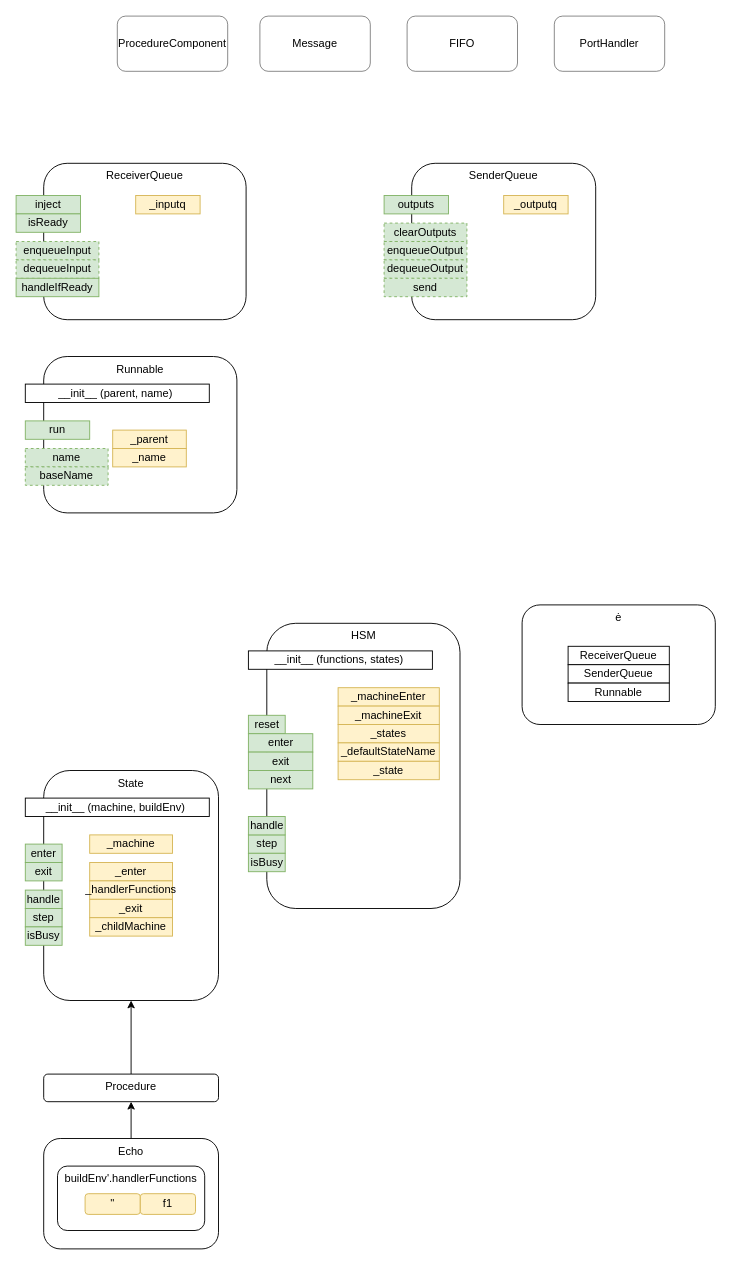
Above: asc.drawio in guitarvydas/eh (draw.io), before the change. Source tidied: cells renumbered, new cells numbered last; positions are measured from the earlier drawing's top-left corner, leaving out a move shared by most shapes. Both pictures are drawn from the tidied source at 92%, with x=0, y=0 at pixel (16, 16).
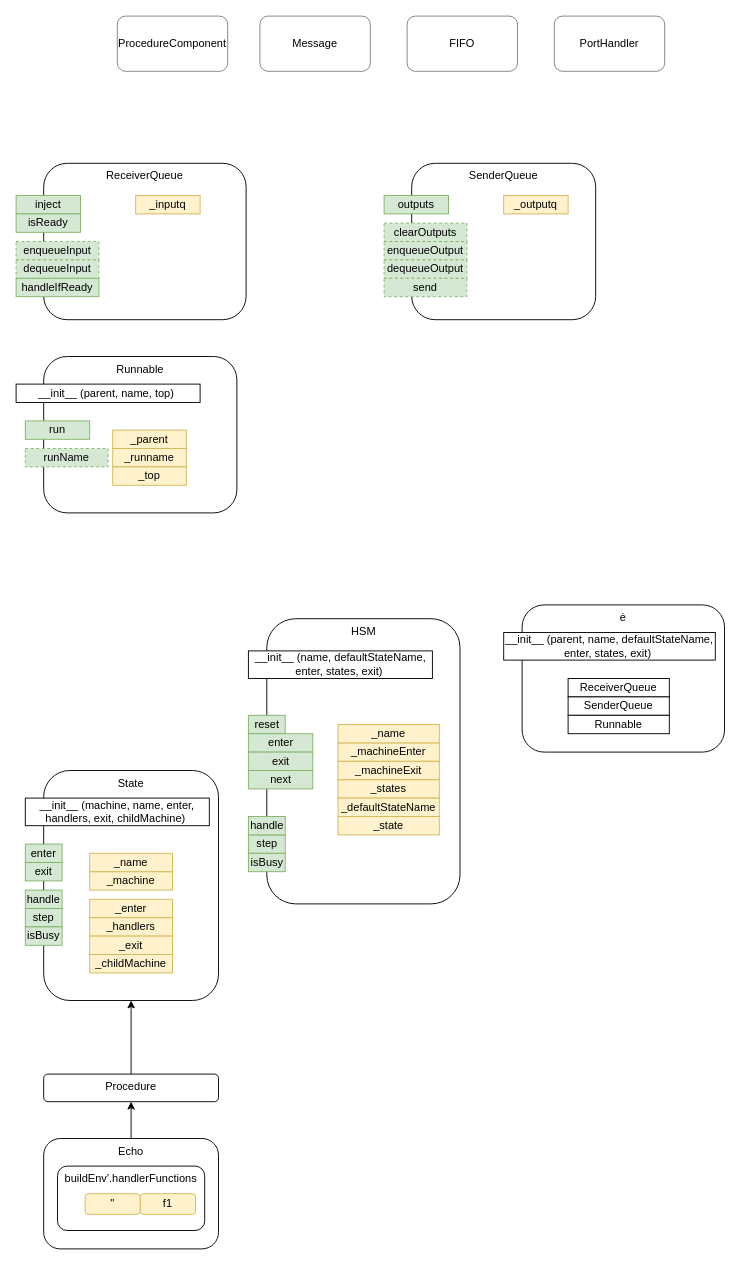
The same diagram, later.

The edit, as a diff of the source:
```diff
@@
     <mxCell id="2" value="HSM" style="rounded=1;whiteSpace=wrap;html=1;verticalAlign=top;" parent="1" vertex="1">
-      <mxGeometry x="272.5" y="660" width="210" height="310" as="geometry" />
+      <mxGeometry x="272.5" y="655" width="210" height="310" as="geometry" />
     </mxCell>
@@
-    <mxCell id="18" value="name" style="rounded=0;whiteSpace=wrap;html=1;verticalAlign=middle;align=center;fillColor=#d5e8d4;strokeColor=#82b366;dashed=1;" parent="1" vertex="1">
+    <mxCell id="18" value="runName" style="rounded=0;whiteSpace=wrap;html=1;verticalAlign=middle;align=center;fillColor=#d5e8d4;strokeColor=#82b366;dashed=1;" parent="1" vertex="1">
       <mxGeometry x="10" y="470" width="90" height="20" as="geometry" />
     </mxCell>
-    <mxCell id="19" value="baseName" style="rounded=0;whiteSpace=wrap;html=1;verticalAlign=middle;align=center;fillColor=#d5e8d4;strokeColor=#82b366;dashed=1;" parent="1" vertex="1">
-      <mxGeometry x="10" y="490" width="90" height="20" as="geometry" />
-    </mxCell>
@@
-    <mxCell id="28" value="__init__ (parent, name)&amp;nbsp;" style="rounded=0;whiteSpace=wrap;html=1;verticalAlign=middle;align=center;" parent="1" vertex="1">
-      <mxGeometry x="10" y="400" width="200" height="20" as="geometry" />
-    </mxCell>
-    <mxCell id="29" value="__init__ (functions, states)&amp;nbsp;" style="rounded=0;whiteSpace=wrap;html=1;verticalAlign=middle;align=center;" parent="1" vertex="1">
-      <mxGeometry x="252.5" y="690" width="200" height="20" as="geometry" />
+    <mxCell id="29" value="__init__ (name, defaultStateName, enter, states, exit)&amp;nbsp;" style="rounded=0;whiteSpace=wrap;html=1;verticalAlign=middle;align=center;" parent="1" vertex="1">
+      <mxGeometry x="252.5" y="690" width="200" height="30" as="geometry" />
     </mxCell>
@@
-    <mxCell id="31" value="_name" style="rounded=0;whiteSpace=wrap;html=1;verticalAlign=middle;align=center;fillColor=#fff2cc;strokeColor=#d6b656;" parent="1" vertex="1">
+    <mxCell id="31" value="_runname" style="rounded=0;whiteSpace=wrap;html=1;verticalAlign=middle;align=center;fillColor=#fff2cc;strokeColor=#d6b656;" parent="1" vertex="1">
       <mxGeometry x="105" y="470" width="80" height="20" as="geometry" />
     </mxCell>
     <mxCell id="32" value="_states" style="rounded=0;whiteSpace=wrap;html=1;verticalAlign=middle;align=center;fillColor=#fff2cc;strokeColor=#d6b656;" parent="1" vertex="1">
-      <mxGeometry x="350" y="770" width="110" height="20" as="geometry" />
+      <mxGeometry x="350" y="830" width="110" height="20" as="geometry" />
     </mxCell>
     <mxCell id="33" value="_defaultStateName" style="rounded=0;whiteSpace=wrap;html=1;verticalAlign=middle;align=center;fillColor=#fff2cc;strokeColor=#d6b656;" parent="1" vertex="1">
-      <mxGeometry x="350" y="790" width="110" height="20" as="geometry" />
+      <mxGeometry x="350" y="850" width="110" height="20" as="geometry" />
     </mxCell>
     <mxCell id="34" value="_state" style="rounded=0;whiteSpace=wrap;html=1;verticalAlign=middle;align=center;fillColor=#fff2cc;strokeColor=#d6b656;" parent="1" vertex="1">
-      <mxGeometry x="350" y="810" width="110" height="20" as="geometry" />
+      <mxGeometry x="350" y="870" width="110" height="20" as="geometry" />
     </mxCell>
     <mxCell id="35" value="_machineEnter" style="rounded=0;whiteSpace=wrap;html=1;verticalAlign=middle;align=center;fillColor=#fff2cc;strokeColor=#d6b656;" parent="1" vertex="1">
-      <mxGeometry x="350" y="730" width="110" height="20" as="geometry" />
+      <mxGeometry x="350" y="790" width="110" height="20" as="geometry" />
     </mxCell>
     <mxCell id="36" value="_machineExit" style="rounded=0;whiteSpace=wrap;html=1;verticalAlign=middle;align=center;fillColor=#fff2cc;strokeColor=#d6b656;" parent="1" vertex="1">
-      <mxGeometry x="350" y="750" width="110" height="20" as="geometry" />
+      <mxGeometry x="350" y="810" width="110" height="20" as="geometry" />
     </mxCell>
@@
-    <mxCell id="47" value="__init__ (machine, buildEnv)&amp;nbsp;" style="rounded=0;whiteSpace=wrap;html=1;verticalAlign=middle;align=center;" parent="1" vertex="1">
-      <mxGeometry x="10" y="850" width="200" height="20" as="geometry" />
+    <mxCell id="47" value="__init__ (machine, name, enter, handlers, exit, childMachine)&amp;nbsp;" style="rounded=0;whiteSpace=wrap;html=1;verticalAlign=middle;align=center;" parent="1" vertex="1">
+      <mxGeometry x="10" y="850" width="200" height="30" as="geometry" />
     </mxCell>
     <mxCell id="48" value="_machine" style="rounded=0;whiteSpace=wrap;html=1;verticalAlign=middle;align=center;fillColor=#fff2cc;strokeColor=#d6b656;" parent="1" vertex="1">
-      <mxGeometry x="80" y="890" width="90" height="20" as="geometry" />
+      <mxGeometry x="80" y="930" width="90" height="20" as="geometry" />
     </mxCell>
@@
     <mxCell id="51" value="_enter" style="rounded=0;whiteSpace=wrap;html=1;verticalAlign=middle;align=center;fillColor=#fff2cc;strokeColor=#d6b656;" parent="1" vertex="1">
-      <mxGeometry x="80" y="920" width="90" height="20" as="geometry" />
+      <mxGeometry x="80" y="960" width="90" height="20" as="geometry" />
     </mxCell>
-    <mxCell id="52" value="_handlerFunctions" style="rounded=0;whiteSpace=wrap;html=1;verticalAlign=middle;align=center;fillColor=#fff2cc;strokeColor=#d6b656;" parent="1" vertex="1">
-      <mxGeometry x="80" y="940" width="90" height="20" as="geometry" />
+    <mxCell id="52" value="_handlers" style="rounded=0;whiteSpace=wrap;html=1;verticalAlign=middle;align=center;fillColor=#fff2cc;strokeColor=#d6b656;" parent="1" vertex="1">
+      <mxGeometry x="80" y="980" width="90" height="20" as="geometry" />
     </mxCell>
     <mxCell id="53" value="_exit" style="rounded=0;whiteSpace=wrap;html=1;verticalAlign=middle;align=center;fillColor=#fff2cc;strokeColor=#d6b656;" parent="1" vertex="1">
-      <mxGeometry x="80" y="960" width="90" height="20" as="geometry" />
+      <mxGeometry x="80" y="1000" width="90" height="20" as="geometry" />
     </mxCell>
     <mxCell id="54" value="ė" style="rounded=1;whiteSpace=wrap;html=1;verticalAlign=top;" parent="1" vertex="1">
-      <mxGeometry x="550" y="640" width="210" height="130" as="geometry" />
+      <mxGeometry x="550" y="640" width="220" height="160" as="geometry" />
     </mxCell>
     <mxCell id="55" value="ReceiverQueue" style="rounded=0;whiteSpace=wrap;html=1;verticalAlign=middle;align=center;" parent="1" vertex="1">
-      <mxGeometry x="600" y="685" width="110" height="20" as="geometry" />
+      <mxGeometry x="600" y="720" width="110" height="20" as="geometry" />
     </mxCell>
     <mxCell id="56" value="SenderQueue" style="rounded=0;whiteSpace=wrap;html=1;verticalAlign=middle;align=center;" parent="1" vertex="1">
-      <mxGeometry x="600" y="705" width="110" height="20" as="geometry" />
+      <mxGeometry x="600" y="740" width="110" height="20" as="geometry" />
     </mxCell>
@@
     <mxCell id="62" value="_childMachine" style="rounded=0;whiteSpace=wrap;html=1;verticalAlign=middle;align=center;fillColor=#fff2cc;strokeColor=#d6b656;" parent="1" vertex="1">
-      <mxGeometry x="80" y="980" width="90" height="20" as="geometry" />
+      <mxGeometry x="80" y="1020" width="90" height="20" as="geometry" />
     </mxCell>
     <mxCell id="63" value="Runnable" style="rounded=0;whiteSpace=wrap;html=1;verticalAlign=middle;align=center;" parent="1" vertex="1">
-      <mxGeometry x="600" y="725" width="110" height="20" as="geometry" />
+      <mxGeometry x="600" y="760" width="110" height="20" as="geometry" />
     </mxCell>
+    <mxCell id="64" value="_name" style="rounded=0;whiteSpace=wrap;html=1;verticalAlign=middle;align=center;fillColor=#fff2cc;strokeColor=#d6b656;" parent="1" vertex="1">
+      <mxGeometry x="80" y="910" width="90" height="20" as="geometry" />
+    </mxCell>
+    <mxCell id="65" value="_name" style="rounded=0;whiteSpace=wrap;html=1;verticalAlign=middle;align=center;fillColor=#fff2cc;strokeColor=#d6b656;" parent="1" vertex="1">
+      <mxGeometry x="350" y="770" width="110" height="20" as="geometry" />
+    </mxCell>
+    <mxCell id="66" value="_top" style="rounded=0;whiteSpace=wrap;html=1;verticalAlign=middle;align=center;fillColor=#fff2cc;strokeColor=#d6b656;" parent="1" vertex="1">
+      <mxGeometry x="105" y="490" width="80" height="20" as="geometry" />
+    </mxCell>
+    <mxCell id="67" value="__init__ (parent, name, defaultStateName, enter, states, exit)&amp;nbsp;" style="rounded=0;whiteSpace=wrap;html=1;verticalAlign=middle;align=center;" parent="1" vertex="1">
+      <mxGeometry x="530" y="670" width="230" height="30" as="geometry" />
+    </mxCell>
+    <mxCell id="68" value="__init__ (parent, name, top)&amp;nbsp;" style="rounded=0;whiteSpace=wrap;html=1;verticalAlign=middle;align=center;" parent="1" vertex="1">
+      <mxGeometry y="400" width="200" height="20" as="geometry" />
+    </mxCell>
```
